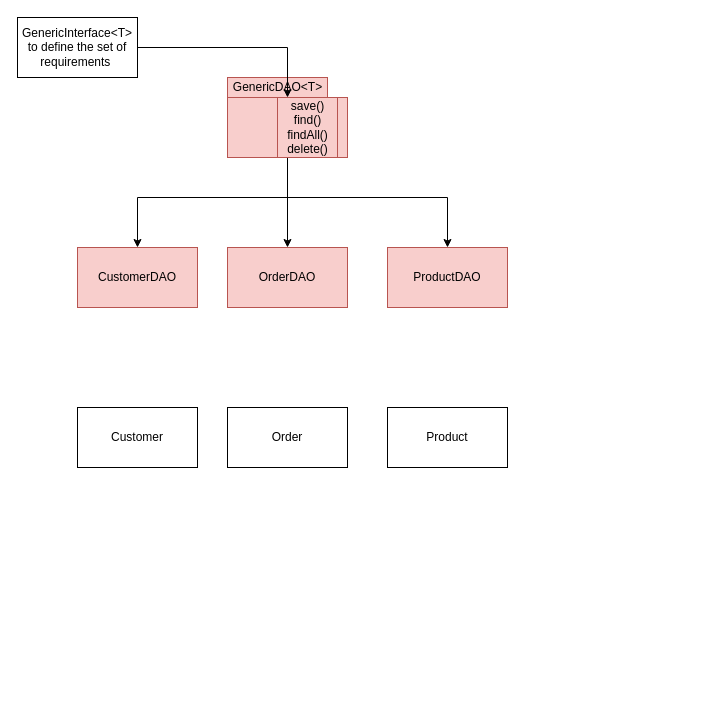
Above: Untitled.drawio in suhvishalp/ltivon5 (draw.io), before the change. Source tidied: cells renumbered, new cells numbered last; positions are measured from the earlier drawing's top-left corner, leaving out a move shared by most shapes. Both pictures are drawn from the tidied source at 100%, with x=0, y=0 at pixel (17, 17).
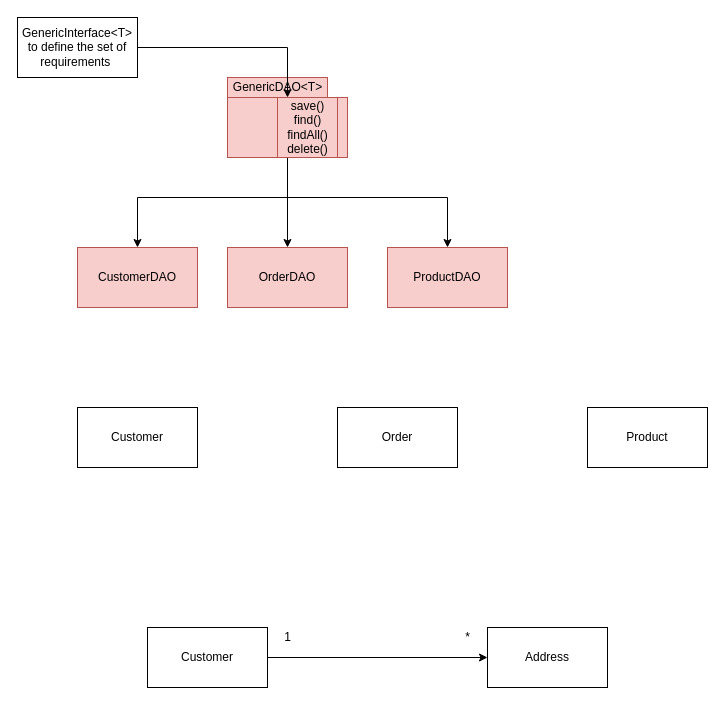
Above is the later version.

The edit, as a diff of the source:
```diff
@@
     <mxCell id="7" value="Order" style="rounded=0;whiteSpace=wrap;html=1;" parent="1" vertex="1">
-      <mxGeometry x="210" y="390" width="120" height="60" as="geometry" />
+      <mxGeometry x="320" y="390" width="120" height="60" as="geometry" />
     </mxCell>
     <mxCell id="8" value="Product" style="rounded=0;whiteSpace=wrap;html=1;" parent="1" vertex="1">
-      <mxGeometry x="370" y="390" width="120" height="60" as="geometry" />
+      <mxGeometry x="570" y="390" width="120" height="60" as="geometry" />
     </mxCell>
@@
+    <mxCell id="16" style="edgeStyle=orthogonalEdgeStyle;rounded=0;jettySize=auto;html=1;entryX=0;entryY=0.5;entryDx=0;entryDy=0;" parent="1" edge="1" source="17" target="18">
+      <mxGeometry relative="1" as="geometry" />
+    </mxCell>
+    <mxCell id="17" value="Customer" style="rounded=0;whiteSpace=wrap;html=1;" parent="1" vertex="1">
+      <mxGeometry x="130" y="610" width="120" height="60" as="geometry" />
+    </mxCell>
+    <mxCell id="18" value="Address" style="rounded=0;whiteSpace=wrap;html=1;" parent="1" vertex="1">
+      <mxGeometry x="470" y="610" width="120" height="60" as="geometry" />
+    </mxCell>
+    <mxCell id="19" value="1" style="text;html=1;align=center;verticalAlign=middle;strokeColor=none;fillColor=none;" parent="1" vertex="1">
+      <mxGeometry x="260" y="610" width="20" height="20" as="geometry" />
+    </mxCell>
+    <mxCell id="20" value="*" style="text;html=1;align=center;verticalAlign=middle;strokeColor=none;fillColor=none;" parent="1" vertex="1">
+      <mxGeometry x="440" y="610" width="20" height="20" as="geometry" />
+    </mxCell>
```
